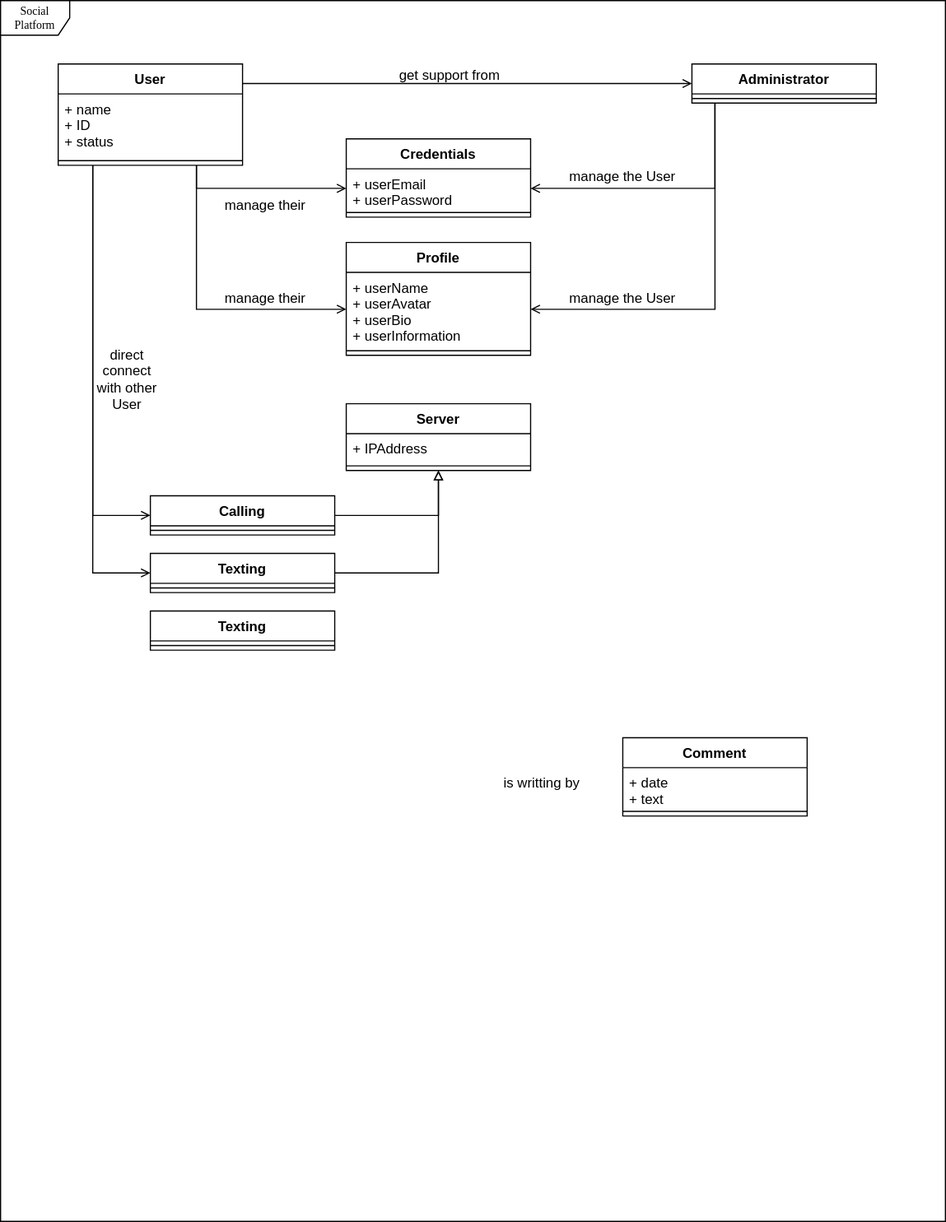
TimeBandit2k/SixFeetPlease keeps this draw.io diagram as UML Object.svg. Above is the earlier version. Source tidied: cells renumbered, new cells last; positions are measured from the earlier drawing's top-left corner, leaving out a move shared by most shapes.
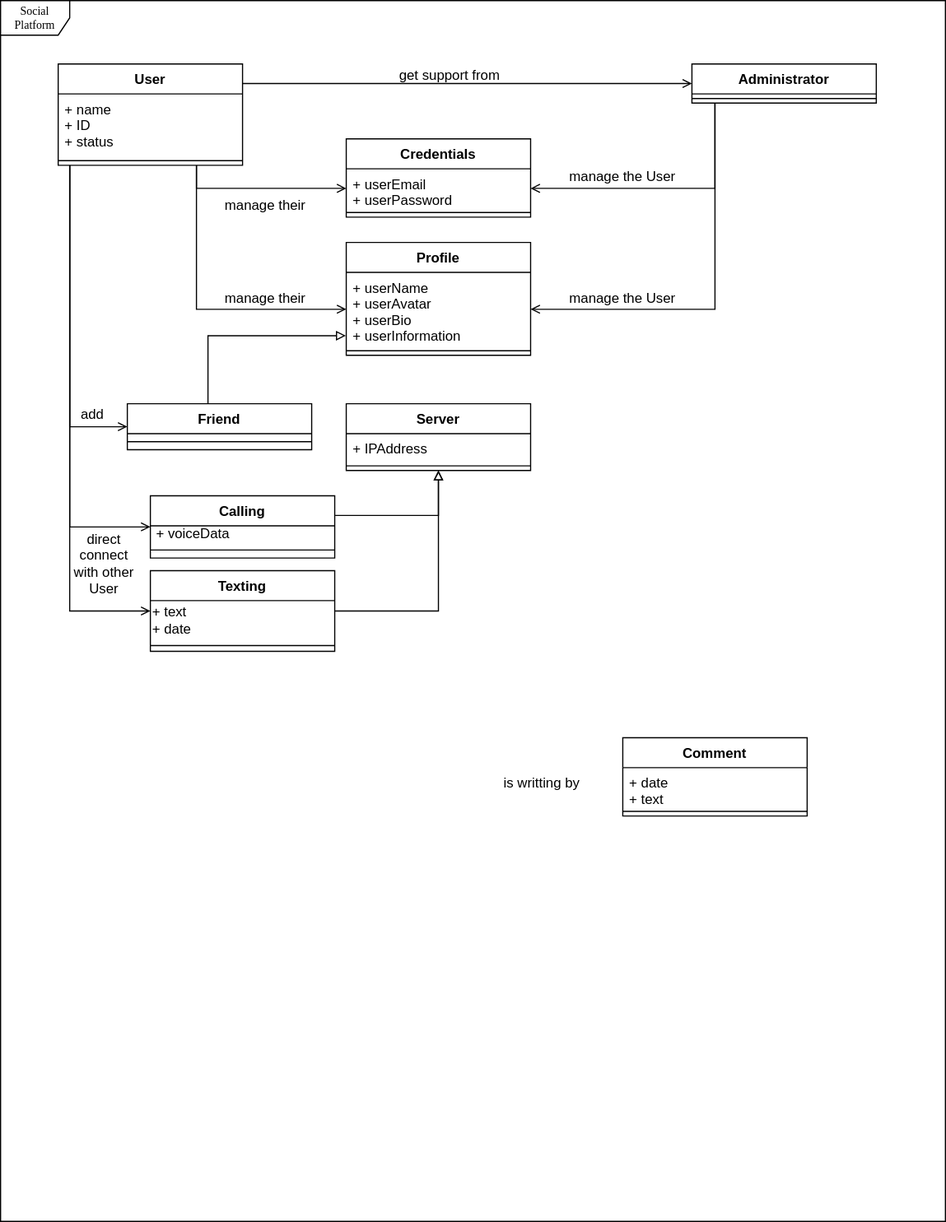
The same file after the commit.

Commit message:
UML Object v0.4.svg

What changed in the source:
```diff
@@ -24,6 +24,7 @@
     <mxCell id="5" style="edgeStyle=elbowEdgeStyle;rounded=0;jettySize=auto;html=1;entryX=0;entryY=0.5;entryDx=0;entryDy=0;startArrow=none;startFill=0;endArrow=open;endFill=0;" parent="1" edge="1" source="8" target="26">
       <mxGeometry relative="1" as="geometry">
         <Array as="points">
+          <mxPoint x="60" y="260" />
           <mxPoint x="80" y="300" />
         </Array>
       </mxGeometry>
@@ -31,6 +32,7 @@
     <mxCell id="6" style="edgeStyle=elbowEdgeStyle;rounded=0;jettySize=auto;html=1;entryX=0;entryY=0.5;entryDx=0;entryDy=0;startArrow=none;startFill=0;endArrow=open;endFill=0;" parent="1" edge="1" source="8" target="29">
       <mxGeometry relative="1" as="geometry">
         <Array as="points">
+          <mxPoint x="60" y="260" />
           <mxPoint x="80" y="280" />
         </Array>
       </mxGeometry>
@@ -42,6 +44,13 @@
         </Array>
       </mxGeometry>
     </mxCell>
+    <mxCell id="42" style="edgeStyle=elbowEdgeStyle;rounded=0;jettySize=auto;html=1;entryX=0;entryY=0.5;entryDx=0;entryDy=0;startArrow=none;startFill=0;endArrow=open;endFill=0;" parent="1" edge="1" source="8" target="46">
+      <mxGeometry relative="1" as="geometry">
+        <Array as="points">
+          <mxPoint x="60" y="257" />
+        </Array>
+      </mxGeometry>
+    </mxCell>
     <mxCell id="8" value="User" style="swimlane;fontStyle=1;align=center;verticalAlign=top;horizontal=1;startSize=26;" parent="1" vertex="1">
       <mxGeometry x="50" y="55" width="160" height="88" as="geometry" />
     </mxCell>
@@ -111,24 +120,26 @@
       </mxGeometry>
     </mxCell>
     <mxCell id="26" value="Calling" style="swimlane;fontStyle=1;align=center;verticalAlign=top;horizontal=1;startSize=26;" parent="1" vertex="1">
-      <mxGeometry x="130" y="430" width="160" height="34" as="geometry" />
+      <mxGeometry x="130" y="430" width="160" height="54" as="geometry" />
     </mxCell>
+    <mxCell id="43" value="&amp;nbsp;+ voiceData" style="text;html=1;strokeColor=none;fillColor=none;align=left;verticalAlign=middle;whiteSpace=wrap;rounded=0;" parent="26" vertex="1">
+      <mxGeometry y="26" width="160" height="14" as="geometry" />
+    </mxCell>
     <mxCell id="27" style="line;strokeWidth=1;fillColor=none;align=left;verticalAlign=middle;spacingTop=-1;spacingLeft=3;spacingRight=3;labelPosition=right;" parent="26" vertex="1">
-      <mxGeometry y="26" width="160" height="8" as="geometry" />
+      <mxGeometry y="40" width="160" height="14" as="geometry" />
     </mxCell>
     <mxCell id="28" style="edgeStyle=elbowEdgeStyle;rounded=0;jettySize=auto;html=1;entryX=0.5;entryY=1;entryDx=0;entryDy=0;startArrow=none;startFill=0;endArrow=block;endFill=0;" parent="1" edge="1" source="29" target="19">
       <mxGeometry relative="1" as="geometry">
         <Array as="points">
+          <mxPoint x="380" y="530" />
+          <mxPoint x="380" y="540" />
+          <mxPoint x="380" y="500" />
+          <mxPoint x="390" y="490" />
+          <mxPoint x="350" y="530" />
           <mxPoint x="380" y="497" />
         </Array>
       </mxGeometry>
     </mxCell>
-    <mxCell id="29" value="Texting" style="swimlane;fontStyle=1;align=center;verticalAlign=top;horizontal=1;startSize=26;" parent="1" vertex="1">
-      <mxGeometry x="130" y="480" width="160" height="34" as="geometry" />
-    </mxCell>
-    <mxCell id="30" style="line;strokeWidth=1;fillColor=none;align=left;verticalAlign=middle;spacingTop=-1;spacingLeft=3;spacingRight=3;labelPosition=right;" parent="29" vertex="1">
-      <mxGeometry y="26" width="160" height="8" as="geometry" />
-    </mxCell>
     <mxCell id="31" value="Profile" style="swimlane;fontStyle=1;align=center;verticalAlign=top;horizontal=1;startSize=26;" parent="1" vertex="1">
       <mxGeometry x="300" y="210" width="160" height="98" as="geometry" />
     </mxCell>
@@ -154,13 +165,32 @@
       <mxGeometry y="26" width="160" height="8" as="geometry" />
     </mxCell>
     <mxCell id="39" value="direct connect with other User" style="text;html=1;strokeColor=none;fillColor=none;align=center;verticalAlign=middle;whiteSpace=wrap;rounded=0;" parent="1" vertex="1">
-      <mxGeometry x="80" y="288" width="60" height="82" as="geometry" />
+      <mxGeometry x="60" y="448" width="60" height="82" as="geometry" />
     </mxCell>
-    <mxCell id="40" value="Texting" style="swimlane;fontStyle=1;align=center;verticalAlign=top;horizontal=1;startSize=26;" parent="1" vertex="1">
-      <mxGeometry x="130" y="530" width="160" height="34" as="geometry" />
-    </mxCell>
-    <mxCell id="41" style="line;strokeWidth=1;fillColor=none;align=left;verticalAlign=middle;spacingTop=-1;spacingLeft=3;spacingRight=3;labelPosition=right;" parent="40" vertex="1">
-      <mxGeometry y="26" width="160" height="8" as="geometry" />
-    </mxCell>
+    <mxCell id="29" value="Texting" style="swimlane;fontStyle=1;align=center;verticalAlign=top;horizontal=1;startSize=26;" parent="1" vertex="1">
+      <mxGeometry x="130" y="495" width="160" height="70" as="geometry" />
+    </mxCell>
+    <mxCell id="44" value="+ text&lt;br&gt;&lt;div&gt;&lt;span&gt;+ date&lt;/span&gt;&lt;/div&gt;" style="text;html=1;strokeColor=none;fillColor=none;align=left;verticalAlign=middle;whiteSpace=wrap;rounded=0;" parent="29" vertex="1">
+      <mxGeometry y="26" width="160" height="34" as="geometry" />
+    </mxCell>
+    <mxCell id="30" style="line;strokeWidth=1;fillColor=none;align=left;verticalAlign=middle;spacingTop=-1;spacingLeft=3;spacingRight=3;labelPosition=right;" parent="29" vertex="1">
+      <mxGeometry y="60" width="160" height="10" as="geometry" />
+    </mxCell>
+    <mxCell id="45" style="edgeStyle=elbowEdgeStyle;rounded=0;jettySize=auto;html=1;entryX=-0.002;entryY=0.859;entryDx=0;entryDy=0;entryPerimeter=0;startArrow=none;startFill=0;endArrow=block;endFill=0;" parent="1" edge="1" source="46" target="32">
+      <mxGeometry relative="1" as="geometry">
+        <Array as="points">
+          <mxPoint x="180" y="300" />
+        </Array>
+      </mxGeometry>
+    </mxCell>
+    <mxCell id="46" value="Friend" style="swimlane;fontStyle=1;align=center;verticalAlign=top;horizontal=1;startSize=26;" parent="1" vertex="1">
+      <mxGeometry x="110" y="350" width="160" height="40" as="geometry" />
+    </mxCell>
+    <mxCell id="47" style="line;strokeWidth=1;fillColor=none;align=left;verticalAlign=middle;spacingTop=-1;spacingLeft=3;spacingRight=3;labelPosition=right;" parent="46" vertex="1">
+      <mxGeometry y="26" width="160" height="14" as="geometry" />
+    </mxCell>
+    <mxCell id="48" value="add" style="text;html=1;strokeColor=none;fillColor=none;align=center;verticalAlign=middle;whiteSpace=wrap;rounded=0;" parent="1" vertex="1">
+      <mxGeometry x="60" y="350" width="40" height="20" as="geometry" />
+    </mxCell>
   </root>
 </mxGraphModel>
```
